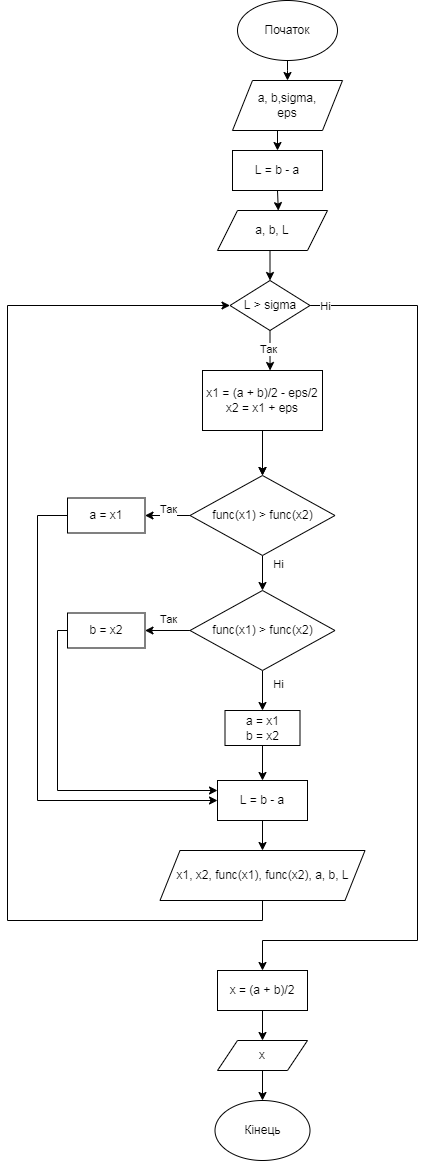
The draw.io diagram lab2/lab2.drawio.png in firebenderyt123/obbchisluvalni-methody, before a commit. Source tidied: cells renumbered, new cells last; positions are measured from the earlier drawing's top-left corner, leaving out a move shared by most shapes.
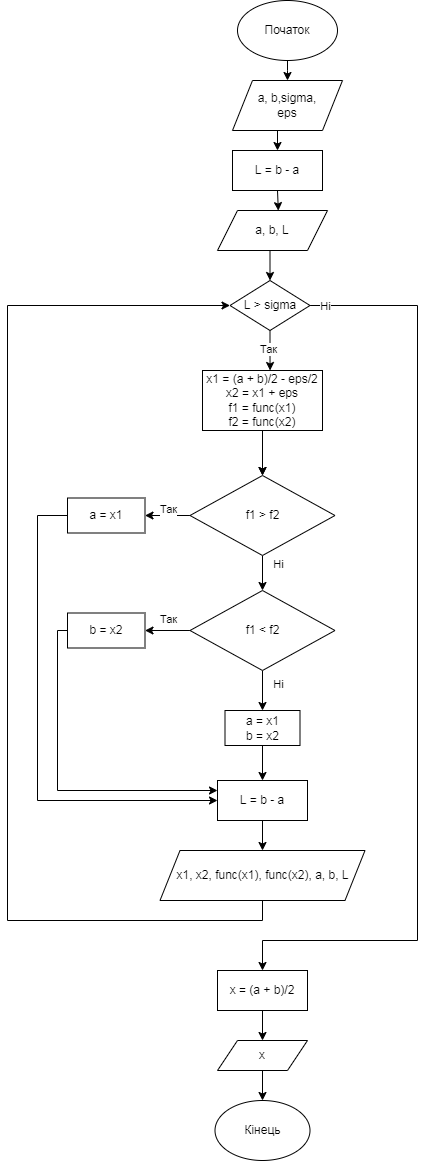
After the commit.

Diff of the diagram source:
```diff
@@ -53,7 +53,7 @@
     <mxCell id="14" style="edgeStyle=orthogonalEdgeStyle;rounded=0;jettySize=auto;html=1;strokeColor=#000000;" parent="1" edge="1" source="15" target="20">
       <mxGeometry relative="1" as="geometry" />
     </mxCell>
-    <mxCell id="15" value="x1 = (a + b)/2 - eps/2&lt;br&gt;x2 = x1 + eps" style="rounded=0;whiteSpace=wrap;html=1;fillColor=#FFFFFF;strokeColor=#000000;" parent="1" vertex="1">
+    <mxCell id="15" value="x1 = (a + b)/2 - eps/2&lt;br&gt;x2 = x1 + eps&lt;br&gt;f1 = func(x1)&lt;br&gt;f2 = func(x2)" style="rounded=0;whiteSpace=wrap;html=1;fillColor=#FFFFFF;strokeColor=#000000;" parent="1" vertex="1">
       <mxGeometry x="195" y="370" width="120" height="60" as="geometry" />
     </mxCell>
     <mxCell id="16" style="edgeStyle=orthogonalEdgeStyle;rounded=0;jettySize=auto;html=1;exitX=0.5;exitY=1;exitDx=0;exitDy=0;entryX=0.5;entryY=0;entryDx=0;entryDy=0;strokeColor=#000000;" parent="1" edge="1" source="17" target="12">
@@ -68,7 +68,7 @@
     <mxCell id="19" style="edgeStyle=orthogonalEdgeStyle;rounded=0;jettySize=auto;html=1;exitX=0.5;exitY=1;exitDx=0;exitDy=0;entryX=0.5;entryY=0;entryDx=0;entryDy=0;strokeColor=#000000;" parent="1" edge="1" source="20" target="30">
       <mxGeometry relative="1" as="geometry" />
     </mxCell>
-    <mxCell id="20" value="func(x1) &amp;gt; func(x2)" style="rhombus;whiteSpace=wrap;html=1;fillColor=#FFFFFF;strokeColor=#000000;" parent="1" vertex="1">
+    <mxCell id="20" value="f1 &amp;gt; f2" style="rhombus;whiteSpace=wrap;html=1;fillColor=#FFFFFF;strokeColor=#000000;" parent="1" vertex="1">
       <mxGeometry x="182.5" y="475" width="145" height="80" as="geometry" />
     </mxCell>
     <mxCell id="21" style="edgeStyle=orthogonalEdgeStyle;rounded=0;jettySize=auto;html=1;entryX=0;entryY=0.5;entryDx=0;entryDy=0;strokeColor=#000000;" parent="1" edge="1" source="22" target="36">
@@ -110,7 +110,7 @@
     <mxCell id="29" style="edgeStyle=orthogonalEdgeStyle;rounded=0;jettySize=auto;html=1;strokeColor=#000000;" parent="1" edge="1" source="30" target="26">
       <mxGeometry relative="1" as="geometry" />
     </mxCell>
-    <mxCell id="30" value="func(x1) &amp;gt; func(x2)" style="rhombus;whiteSpace=wrap;html=1;fillColor=#FFFFFF;strokeColor=#000000;" parent="1" vertex="1">
+    <mxCell id="30" value="f1 &amp;lt; f2" style="rhombus;whiteSpace=wrap;html=1;fillColor=#FFFFFF;strokeColor=#000000;" parent="1" vertex="1">
       <mxGeometry x="182.5" y="590" width="145" height="80" as="geometry" />
     </mxCell>
     <mxCell id="31" value="Так" style="edgeLabel;html=1;align=center;verticalAlign=middle;strokeColor=#000000;" parent="1" vertex="1">
```
